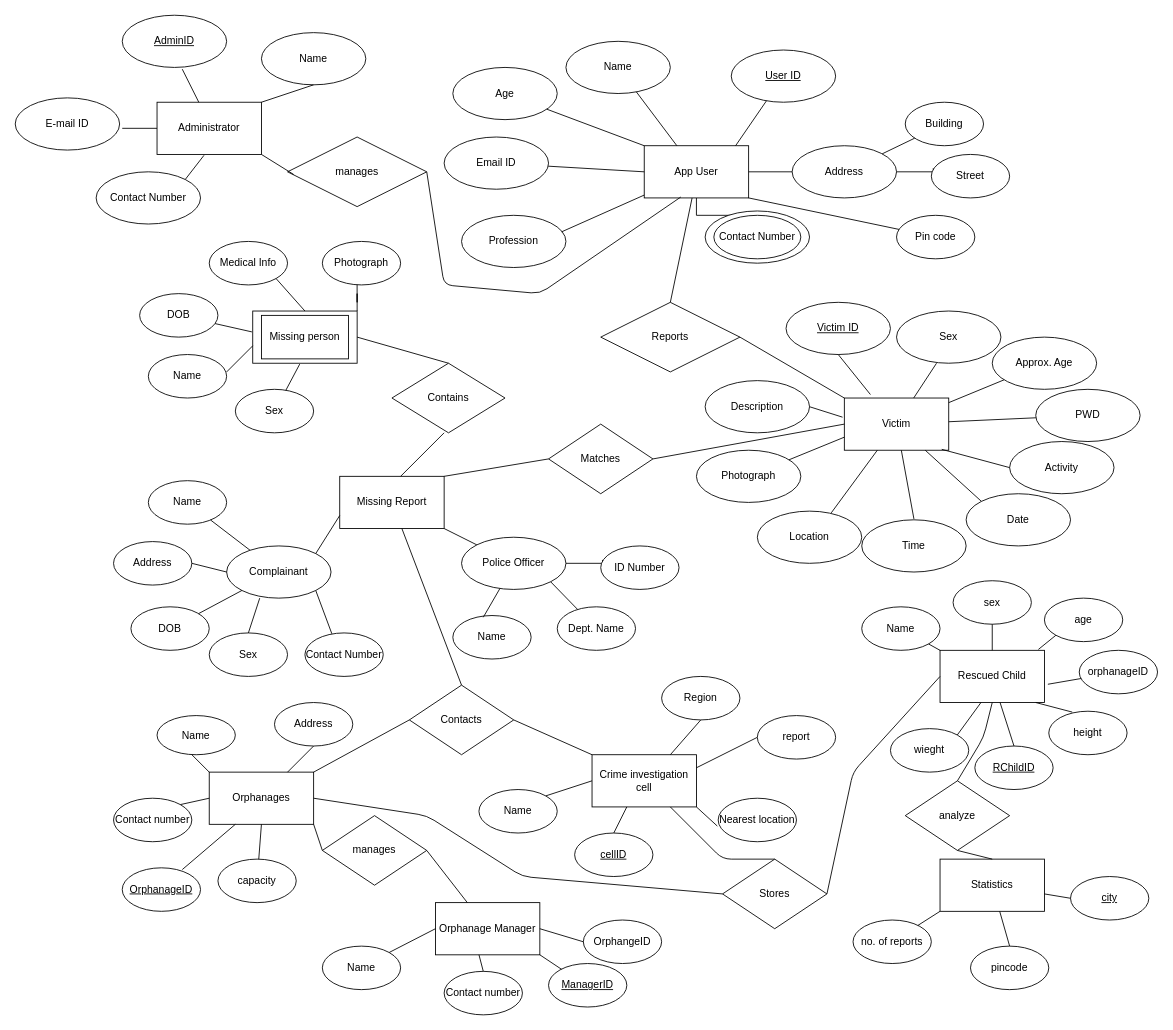
bhargavisandur/QGIS keeps this draw.io diagram as Untitled Diagram.drawio. Above is the earlier version. Source tidied: cells renumbered, new cells numbered last; positions are measured from the earlier drawing's top-left corner, leaving out a move shared by most shapes. Both pictures are drawn from the tidied source at 87%, with x=0, y=0 at pixel (15, 15). Pictures stored in the file or linked from it are replaced by grey dashed boxes.
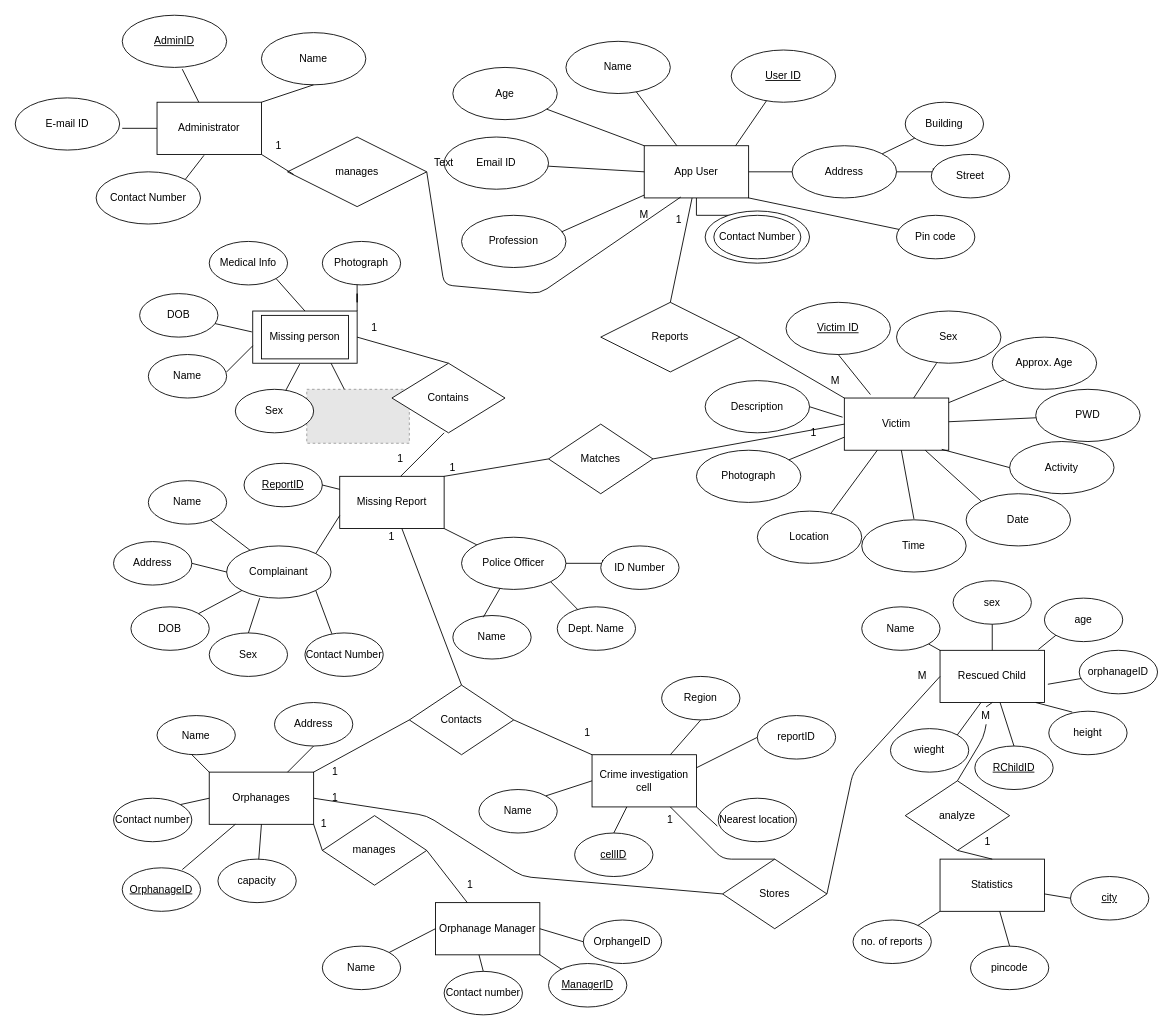
After the change.

The change refers to these unchanged cells:
```xml
<mxCell id="29" value="Missing Report" style="rounded=0;whiteSpace=wrap;html=1;" parent="1" vertex="1">
  <mxGeometry x="373" y="530" width="120" height="60" as="geometry" />
</mxCell>
<mxCell id="37" value="Missing person" style="rounded=0;whiteSpace=wrap;html=1;" parent="1" vertex="1">
  <mxGeometry x="273" y="340" width="120" height="60" as="geometry" />
</mxCell>
<mxCell id="98" value="Rescued Child" style="rounded=0;whiteSpace=wrap;html=1;" parent="1" vertex="1">
  <mxGeometry x="1063" y="730" width="120" height="60" as="geometry" />
</mxCell>
<mxCell id="162" value="analyze" style="rhombus;whiteSpace=wrap;html=1;" parent="1" vertex="1">
  <mxGeometry x="1023" y="880" width="120" height="80" as="geometry" />
</mxCell>
```

Change to the diagram source:
```diff
@@
+    <mxCell id="167" style="fillColor=#E6E6E6;strokeColor=#999999;dashed=1;verticalLabelPosition=bottom;labelBackgroundColor=#ffffff;verticalAlign=top;" parent="1" vertex="1">
+      <mxGeometry x="335.1" y="430" width="117.9" height="62" as="geometry" />
+    </mxCell>
@@
-    <mxCell id="91" value="report" style="ellipse;whiteSpace=wrap;html=1;" parent="1" vertex="1">
+    <mxCell id="91" value="reportID" style="ellipse;whiteSpace=wrap;html=1;" parent="1" vertex="1">
       <mxGeometry x="853" y="805" width="90" height="50" as="geometry" />
     </mxCell>
@@
-    <mxCell id="164" style="endArrow=none;html=1;entryX=0.5;entryY=1;entryDx=0;entryDy=0;exitX=0.5;exitY=0;exitDx=0;exitDy=0;" parent="1" edge="1" source="162" target="98">
-      <mxGeometry relative="1" as="geometry">
-        <Array as="points">
-          <mxPoint x="1113" y="830" />
-        </Array>
-      </mxGeometry>
+    <mxCell id="164" style="endArrow=none;html=1;entryX=0.5;entryY=1;entryDx=0;entryDy=0;exitX=0.5;exitY=0;exitDx=0;exitDy=0;" parent="1" edge="1" source="186" target="98">
+      <mxGeometry relative="1" as="geometry" />
     </mxCell>
@@
+    <mxCell id="168" style="endArrow=none;html=1;exitX=0.75;exitY=1;exitDx=0;exitDy=0;" parent="1" edge="1" source="37" target="167">
+      <mxGeometry relative="1" as="geometry" />
+    </mxCell>
+    <mxCell id="169" value="&lt;u&gt;ReportID&lt;/u&gt;" style="ellipse;whiteSpace=wrap;html=1;" parent="1" vertex="1">
+      <mxGeometry x="263" y="515" width="90" height="50" as="geometry" />
+    </mxCell>
+    <mxCell id="170" style="endArrow=none;html=1;entryX=0;entryY=0.25;entryDx=0;entryDy=0;exitX=1;exitY=0.5;exitDx=0;exitDy=0;" parent="1" edge="1" source="169" target="29">
+      <mxGeometry relative="1" as="geometry" />
+    </mxCell>
+    <mxCell id="171" value="Text" style="text;html=1;strokeColor=none;fillColor=none;align=center;verticalAlign=middle;whiteSpace=wrap;rounded=0;shadow=0;" parent="1" vertex="1">
+      <mxGeometry x="473" y="160" width="40" height="20" as="geometry" />
+    </mxCell>
+    <mxCell id="172" value="1" style="text;html=1;strokeColor=none;fillColor=none;align=center;verticalAlign=middle;whiteSpace=wrap;rounded=0;shadow=0;" parent="1" vertex="1">
+      <mxGeometry x="348" y="890" width="40" height="20" as="geometry" />
+    </mxCell>
+    <mxCell id="173" value="M" style="text;html=1;strokeColor=none;fillColor=none;align=center;verticalAlign=middle;whiteSpace=wrap;rounded=0;shadow=0;" parent="1" vertex="1">
+      <mxGeometry x="1023" y="750" width="40" height="20" as="geometry" />
+    </mxCell>
+    <mxCell id="174" value="1" style="text;html=1;strokeColor=none;fillColor=none;align=center;verticalAlign=middle;whiteSpace=wrap;rounded=0;shadow=0;" parent="1" vertex="1">
+      <mxGeometry x="503" y="990" width="40" height="20" as="geometry" />
+    </mxCell>
+    <mxCell id="175" value="1" style="text;html=1;strokeColor=none;fillColor=none;align=center;verticalAlign=middle;whiteSpace=wrap;rounded=0;shadow=0;" parent="1" vertex="1">
+      <mxGeometry x="335.1" y="920" width="40" height="20" as="geometry" />
+    </mxCell>
+    <mxCell id="176" value="1" style="text;html=1;strokeColor=none;fillColor=none;align=center;verticalAlign=middle;whiteSpace=wrap;rounded=0;shadow=0;" parent="1" vertex="1">
+      <mxGeometry x="638" y="815" width="40" height="20" as="geometry" />
+    </mxCell>
+    <mxCell id="177" value="1" style="text;html=1;strokeColor=none;fillColor=none;align=center;verticalAlign=middle;whiteSpace=wrap;rounded=0;shadow=0;" parent="1" vertex="1">
+      <mxGeometry x="348" y="860" width="40" height="20" as="geometry" />
+    </mxCell>
+    <mxCell id="178" value="1" style="text;html=1;strokeColor=none;fillColor=none;align=center;verticalAlign=middle;whiteSpace=wrap;rounded=0;shadow=0;" parent="1" vertex="1">
+      <mxGeometry x="413" y="590" width="40" height="20" as="geometry" />
+    </mxCell>
+    <mxCell id="179" value="1" style="text;html=1;strokeColor=none;fillColor=none;align=center;verticalAlign=middle;whiteSpace=wrap;rounded=0;shadow=0;" parent="1" vertex="1">
+      <mxGeometry x="483" y="510" width="40" height="20" as="geometry" />
+    </mxCell>
+    <mxCell id="180" value="1" style="text;html=1;strokeColor=none;fillColor=none;align=center;verticalAlign=middle;whiteSpace=wrap;rounded=0;shadow=0;" parent="1" vertex="1">
+      <mxGeometry x="898" y="470" width="40" height="20" as="geometry" />
+    </mxCell>
+    <mxCell id="181" value="1" style="text;html=1;strokeColor=none;fillColor=none;align=center;verticalAlign=middle;whiteSpace=wrap;rounded=0;shadow=0;" parent="1" vertex="1">
+      <mxGeometry x="743" y="225" width="40" height="20" as="geometry" />
+    </mxCell>
+    <mxCell id="182" value="M" style="text;html=1;strokeColor=none;fillColor=none;align=center;verticalAlign=middle;whiteSpace=wrap;rounded=0;shadow=0;" parent="1" vertex="1">
+      <mxGeometry x="923" y="410" width="40" height="20" as="geometry" />
+    </mxCell>
+    <mxCell id="183" value="M" style="text;html=1;strokeColor=none;fillColor=none;align=center;verticalAlign=middle;whiteSpace=wrap;rounded=0;shadow=0;" parent="1" vertex="1">
+      <mxGeometry x="703" y="220" width="40" height="20" as="geometry" />
+    </mxCell>
+    <mxCell id="184" value="1" style="text;html=1;strokeColor=none;fillColor=none;align=center;verticalAlign=middle;whiteSpace=wrap;rounded=0;shadow=0;" parent="1" vertex="1">
+      <mxGeometry x="283" y="140" width="40" height="20" as="geometry" />
+    </mxCell>
+    <mxCell id="185" value="1" style="text;html=1;strokeColor=none;fillColor=none;align=center;verticalAlign=middle;whiteSpace=wrap;rounded=0;shadow=0;" parent="1" vertex="1">
+      <mxGeometry x="733" y="915" width="40" height="20" as="geometry" />
+    </mxCell>
+    <mxCell id="186" value="M" style="text;html=1;strokeColor=none;fillColor=none;align=center;verticalAlign=middle;whiteSpace=wrap;rounded=0;shadow=0;" parent="1" vertex="1">
+      <mxGeometry x="1096" y="795" width="40" height="20" as="geometry" />
+    </mxCell>
+    <mxCell id="187" style="endArrow=none;html=1;entryX=0.5;entryY=1;entryDx=0;entryDy=0;exitX=0.5;exitY=0;exitDx=0;exitDy=0;" parent="1" edge="1" source="162" target="186">
+      <mxGeometry relative="1" as="geometry">
+        <Array as="points">
+          <mxPoint x="1113" y="830" />
+        </Array>
+      </mxGeometry>
+    </mxCell>
+    <mxCell id="188" value="1" style="text;html=1;strokeColor=none;fillColor=none;align=center;verticalAlign=middle;whiteSpace=wrap;rounded=0;shadow=0;" parent="1" vertex="1">
+      <mxGeometry x="1098" y="940" width="40" height="20" as="geometry" />
+    </mxCell>
+    <mxCell id="189" value="1" style="text;html=1;strokeColor=none;fillColor=none;align=center;verticalAlign=middle;whiteSpace=wrap;rounded=0;shadow=0;" parent="1" vertex="1">
+      <mxGeometry x="423" y="500" width="40" height="20" as="geometry" />
+    </mxCell>
+    <mxCell id="190" value="1" style="text;html=1;strokeColor=none;fillColor=none;align=center;verticalAlign=middle;whiteSpace=wrap;rounded=0;shadow=0;" parent="1" vertex="1">
+      <mxGeometry x="393" y="350" width="40" height="20" as="geometry" />
+    </mxCell>
```
